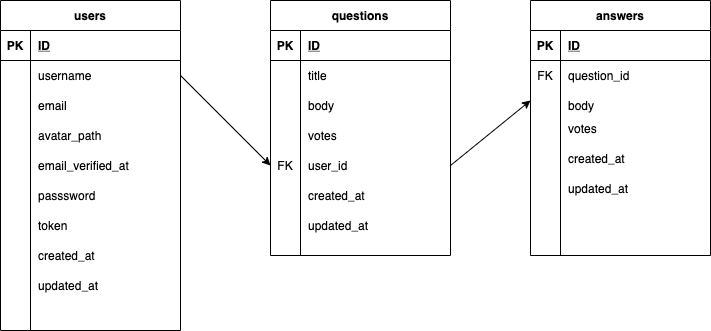
LubovGolikova/laratest keeps this draw.io diagram as diagram.png. Above is the earlier version. Source tidied: cells renumbered, new cells last; positions are measured from the earlier drawing's top-left corner, leaving out a move shared by most shapes. Its diagram source:
```xml
<mxGraphModel>
  <root>
    <mxCell id="0" />
    <mxCell id="1" parent="0" />
    <mxCell id="2" value="questions" style="shape=table;startSize=30;rowLines=0;fontStyle=1;align=center;" parent="1" vertex="1">
      <mxGeometry x="270" width="180" height="255" as="geometry" />
    </mxCell>
    <mxCell id="3" style="shape=partialRectangle;fillColor=none;top=0;left=0;bottom=1;right=0;points=[[0,0.5],[1,0.5]];portConstraint=eastwest;" parent="2" vertex="1">
      <mxGeometry y="30" width="180" height="30" as="geometry" />
    </mxCell>
    <mxCell id="4" value="PK" style="shape=partialRectangle;fillColor=none;top=0;left=0;bottom=0;right=0;fontStyle=1;overflow=hidden;" parent="3" vertex="1">
      <mxGeometry width="30" height="30" as="geometry" />
    </mxCell>
    <mxCell id="5" value="ID" style="shape=partialRectangle;fillColor=none;top=0;left=0;bottom=0;right=0;align=left;spacingLeft=6;fontStyle=5;overflow=hidden;" parent="3" vertex="1">
      <mxGeometry x="30" width="150" height="30" as="geometry" />
    </mxCell>
    <mxCell id="6" style="shape=partialRectangle;fillColor=none;top=0;left=0;bottom=0;right=0;" parent="2" vertex="1">
      <mxGeometry y="60" width="180" height="30" as="geometry" />
    </mxCell>
    <mxCell id="7" style="shape=partialRectangle;fillColor=none;top=0;left=0;bottom=0;right=0;overflow=hidden;" parent="6" vertex="1">
      <mxGeometry width="30" height="30" as="geometry" />
    </mxCell>
    <mxCell id="8" value="title" style="shape=partialRectangle;fillColor=none;top=0;left=0;bottom=0;right=0;align=left;spacingLeft=6;overflow=hidden;" parent="6" vertex="1">
      <mxGeometry x="30" width="150" height="30" as="geometry" />
    </mxCell>
    <mxCell id="9" style="shape=partialRectangle;fillColor=none;top=0;left=0;bottom=0;right=0;" parent="2" vertex="1">
      <mxGeometry y="90" width="180" height="30" as="geometry" />
    </mxCell>
    <mxCell id="10" style="shape=partialRectangle;fillColor=none;top=0;left=0;bottom=0;right=0;overflow=hidden;" parent="9" vertex="1">
      <mxGeometry width="30" height="30" as="geometry" />
    </mxCell>
    <mxCell id="11" value="body" style="shape=partialRectangle;fillColor=none;top=0;left=0;bottom=0;right=0;align=left;spacingLeft=6;overflow=hidden;" parent="9" vertex="1">
      <mxGeometry x="30" width="150" height="30" as="geometry" />
    </mxCell>
    <mxCell id="12" style="shape=partialRectangle;fillColor=none;top=0;left=0;bottom=0;right=0;" parent="2" vertex="1">
      <mxGeometry y="120" width="180" height="30" as="geometry" />
    </mxCell>
    <mxCell id="13" style="shape=partialRectangle;fillColor=none;top=0;left=0;bottom=0;right=0;overflow=hidden;" parent="12" vertex="1">
      <mxGeometry width="30" height="30" as="geometry" />
    </mxCell>
    <mxCell id="14" value="votes" style="shape=partialRectangle;fillColor=none;top=0;left=0;bottom=0;right=0;align=left;spacingLeft=6;overflow=hidden;" parent="12" vertex="1">
      <mxGeometry x="30" width="150" height="30" as="geometry" />
    </mxCell>
    <mxCell id="15" style="shape=partialRectangle;fillColor=none;top=0;left=0;bottom=0;right=0;points=[[0,0.5],[1,0.5]];portConstraint=eastwest;" parent="2" vertex="1">
      <mxGeometry y="150" width="180" height="30" as="geometry" />
    </mxCell>
    <mxCell id="16" value="FK" style="shape=partialRectangle;fillColor=none;top=0;left=0;bottom=0;right=0;overflow=hidden;" parent="15" vertex="1">
      <mxGeometry width="30" height="30" as="geometry" />
    </mxCell>
    <mxCell id="17" value="user_id" style="shape=partialRectangle;fillColor=none;top=0;left=0;bottom=0;right=0;align=left;spacingLeft=6;overflow=hidden;" parent="15" vertex="1">
      <mxGeometry x="30" width="150" height="30" as="geometry" />
    </mxCell>
    <mxCell id="18" style="shape=partialRectangle;fillColor=none;top=0;left=0;bottom=0;right=0;" parent="2" vertex="1">
      <mxGeometry y="180" width="180" height="20" as="geometry" />
    </mxCell>
    <mxCell id="19" style="shape=partialRectangle;fillColor=none;top=0;left=0;bottom=0;right=0;overflow=hidden;" parent="18" vertex="1">
      <mxGeometry width="30" height="20" as="geometry" />
    </mxCell>
    <mxCell id="20" style="shape=partialRectangle;fillColor=none;top=0;left=0;bottom=0;right=0;align=left;spacingLeft=6;overflow=hidden;" parent="18" vertex="1">
      <mxGeometry x="30" width="150" height="20" as="geometry" />
    </mxCell>
    <mxCell id="21" value="users" style="shape=table;startSize=30;rowLines=0;fontStyle=1;align=center;" parent="1" vertex="1">
      <mxGeometry width="180" height="330" as="geometry" />
    </mxCell>
    <mxCell id="22" style="shape=partialRectangle;fillColor=none;top=0;left=0;bottom=1;right=0;points=[[0,0.5],[1,0.5]];portConstraint=eastwest;" parent="21" vertex="1">
      <mxGeometry y="30" width="180" height="30" as="geometry" />
    </mxCell>
    <mxCell id="23" value="PK" style="shape=partialRectangle;fillColor=none;top=0;left=0;bottom=0;right=0;fontStyle=1;overflow=hidden;" parent="22" vertex="1">
      <mxGeometry width="30" height="30" as="geometry" />
    </mxCell>
    <mxCell id="24" value="ID" style="shape=partialRectangle;fillColor=none;top=0;left=0;bottom=0;right=0;align=left;spacingLeft=6;fontStyle=5;overflow=hidden;" parent="22" vertex="1">
      <mxGeometry x="30" width="150" height="30" as="geometry" />
    </mxCell>
    <mxCell id="25" style="shape=partialRectangle;fillColor=none;top=0;left=0;bottom=0;right=0;points=[[0,0.5],[1,0.5]];portConstraint=eastwest;" parent="21" vertex="1">
      <mxGeometry y="60" width="180" height="30" as="geometry" />
    </mxCell>
    <mxCell id="26" style="shape=partialRectangle;fillColor=none;top=0;left=0;bottom=0;right=0;overflow=hidden;" parent="25" vertex="1">
      <mxGeometry width="30" height="30" as="geometry" />
    </mxCell>
    <mxCell id="27" value="username" style="shape=partialRectangle;fillColor=none;top=0;left=0;bottom=0;right=0;align=left;spacingLeft=6;overflow=hidden;" parent="25" vertex="1">
      <mxGeometry x="30" width="150" height="30" as="geometry" />
    </mxCell>
    <mxCell id="28" style="shape=partialRectangle;fillColor=none;top=0;left=0;bottom=0;right=0;" parent="21" vertex="1">
      <mxGeometry y="90" width="180" height="30" as="geometry" />
    </mxCell>
    <mxCell id="29" style="shape=partialRectangle;fillColor=none;top=0;left=0;bottom=0;right=0;overflow=hidden;" parent="28" vertex="1">
      <mxGeometry width="30" height="30" as="geometry" />
    </mxCell>
    <mxCell id="30" value="email" style="shape=partialRectangle;fillColor=none;top=0;left=0;bottom=0;right=0;align=left;spacingLeft=6;overflow=hidden;" parent="28" vertex="1">
      <mxGeometry x="30" width="150" height="30" as="geometry" />
    </mxCell>
    <mxCell id="31" style="shape=partialRectangle;fillColor=none;top=0;left=0;bottom=0;right=0;" parent="21" vertex="1">
      <mxGeometry y="120" width="180" height="30" as="geometry" />
    </mxCell>
    <mxCell id="32" style="shape=partialRectangle;fillColor=none;top=0;left=0;bottom=0;right=0;overflow=hidden;" parent="31" vertex="1">
      <mxGeometry width="30" height="30" as="geometry" />
    </mxCell>
    <mxCell id="33" value="avatar_path" style="shape=partialRectangle;fillColor=none;top=0;left=0;bottom=0;right=0;align=left;spacingLeft=6;overflow=hidden;" parent="31" vertex="1">
      <mxGeometry x="30" width="150" height="30" as="geometry" />
    </mxCell>
    <mxCell id="34" value="answers" style="shape=table;startSize=30;rowLines=0;fontStyle=1;align=center;" parent="1" vertex="1">
      <mxGeometry x="530" width="180" height="255" as="geometry" />
    </mxCell>
    <mxCell id="35" style="shape=partialRectangle;fillColor=none;top=0;left=0;bottom=1;right=0;" parent="34" vertex="1">
      <mxGeometry y="30" width="180" height="30" as="geometry" />
    </mxCell>
    <mxCell id="36" value="PK" style="shape=partialRectangle;fillColor=none;top=0;left=0;bottom=0;right=0;fontStyle=1;overflow=hidden;" parent="35" vertex="1">
      <mxGeometry width="30" height="30" as="geometry" />
    </mxCell>
    <mxCell id="37" value="ID" style="shape=partialRectangle;fillColor=none;top=0;left=0;bottom=0;right=0;align=left;spacingLeft=6;fontStyle=5;overflow=hidden;" parent="35" vertex="1">
      <mxGeometry x="30" width="150" height="30" as="geometry" />
    </mxCell>
    <mxCell id="38" style="shape=partialRectangle;fillColor=none;top=0;left=0;bottom=0;right=0;" parent="34" vertex="1">
      <mxGeometry y="60" width="180" height="30" as="geometry" />
    </mxCell>
    <mxCell id="39" style="shape=partialRectangle;fillColor=none;top=0;left=0;bottom=0;right=0;overflow=hidden;" parent="38" vertex="1">
      <mxGeometry width="30" height="30" as="geometry" />
    </mxCell>
    <mxCell id="40" value="question_id" style="shape=partialRectangle;fillColor=none;top=0;left=0;bottom=0;right=0;align=left;spacingLeft=6;overflow=hidden;" parent="38" vertex="1">
      <mxGeometry x="30" width="150" height="30" as="geometry" />
    </mxCell>
    <mxCell id="41" style="shape=partialRectangle;fillColor=none;top=0;left=0;bottom=0;right=0;" parent="34" vertex="1">
      <mxGeometry y="90" width="180" height="30" as="geometry" />
    </mxCell>
    <mxCell id="42" style="shape=partialRectangle;fillColor=none;top=0;left=0;bottom=0;right=0;overflow=hidden;" parent="41" vertex="1">
      <mxGeometry width="30" height="30" as="geometry" />
    </mxCell>
    <mxCell id="43" style="shape=partialRectangle;fillColor=none;top=0;left=0;bottom=0;right=0;align=left;spacingLeft=6;overflow=hidden;" parent="41" vertex="1">
      <mxGeometry x="30" width="150" height="30" as="geometry" />
    </mxCell>
    <mxCell id="44" value="body" style="shape=partialRectangle;fillColor=none;top=0;left=0;bottom=0;right=0;align=left;spacingLeft=6;overflow=hidden;" parent="1" vertex="1">
      <mxGeometry x="560" y="90" width="150" height="30" as="geometry" />
    </mxCell>
    <mxCell id="45" value="votes" style="shape=partialRectangle;fillColor=none;top=0;left=0;bottom=0;right=0;align=left;spacingLeft=6;overflow=hidden;" parent="1" vertex="1">
      <mxGeometry x="560" y="112.5" width="150" height="30" as="geometry" />
    </mxCell>
    <mxCell id="46" value="email_verified_at" style="shape=partialRectangle;fillColor=none;top=0;left=0;bottom=0;right=0;align=left;spacingLeft=6;overflow=hidden;" parent="1" vertex="1">
      <mxGeometry x="30" y="150" width="150" height="30" as="geometry" />
    </mxCell>
    <mxCell id="47" value="passsword" style="shape=partialRectangle;fillColor=none;top=0;left=0;bottom=0;right=0;align=left;spacingLeft=6;overflow=hidden;" parent="1" vertex="1">
      <mxGeometry x="30" y="180" width="150" height="30" as="geometry" />
    </mxCell>
    <mxCell id="48" value="FK" style="shape=partialRectangle;fillColor=none;top=0;left=0;bottom=0;right=0;overflow=hidden;" parent="1" vertex="1">
      <mxGeometry x="530" y="60" width="30" height="30" as="geometry" />
    </mxCell>
    <mxCell id="49" value="created_at" style="shape=partialRectangle;fillColor=none;top=0;left=0;bottom=0;right=0;align=left;spacingLeft=6;overflow=hidden;" parent="1" vertex="1">
      <mxGeometry x="300" y="180" width="150" height="30" as="geometry" />
    </mxCell>
    <mxCell id="50" value="created_at" style="shape=partialRectangle;fillColor=none;top=0;left=0;bottom=0;right=0;align=left;spacingLeft=6;overflow=hidden;" parent="1" vertex="1">
      <mxGeometry x="560" y="142.5" width="150" height="30" as="geometry" />
    </mxCell>
    <mxCell id="51" value="token" style="shape=partialRectangle;fillColor=none;top=0;left=0;bottom=0;right=0;align=left;spacingLeft=6;overflow=hidden;" parent="1" vertex="1">
      <mxGeometry x="30" y="210" width="150" height="30" as="geometry" />
    </mxCell>
    <mxCell id="52" value="created_at" style="shape=partialRectangle;fillColor=none;top=0;left=0;bottom=0;right=0;align=left;spacingLeft=6;overflow=hidden;" parent="1" vertex="1">
      <mxGeometry x="30" y="240" width="150" height="30" as="geometry" />
    </mxCell>
    <mxCell id="53" style="edgeStyle=none;rounded=0;jettySize=auto;html=1;exitX=1;exitY=0.5;exitDx=0;exitDy=0;entryX=0;entryY=0.5;entryDx=0;entryDy=0;" parent="1" edge="1" source="25" target="15">
      <mxGeometry relative="1" as="geometry" />
    </mxCell>
    <mxCell id="54" style="edgeStyle=none;rounded=0;jettySize=auto;html=1;exitX=1;exitY=0.5;exitDx=0;exitDy=0;" parent="1" edge="1" source="15">
      <mxGeometry relative="1" as="geometry">
        <mxPoint x="530" y="100" as="targetPoint" />
      </mxGeometry>
    </mxCell>
    <mxCell id="55" value="updated_at" style="shape=partialRectangle;fillColor=none;top=0;left=0;bottom=0;right=0;align=left;spacingLeft=6;overflow=hidden;" parent="1" vertex="1">
      <mxGeometry x="30" y="270" width="150" height="30" as="geometry" />
    </mxCell>
    <mxCell id="56" value="updated_at" style="shape=partialRectangle;fillColor=none;top=0;left=0;bottom=0;right=0;align=left;spacingLeft=6;overflow=hidden;" parent="1" vertex="1">
      <mxGeometry x="300" y="210" width="150" height="30" as="geometry" />
    </mxCell>
    <mxCell id="57" value="updated_at" style="shape=partialRectangle;fillColor=none;top=0;left=0;bottom=0;right=0;align=left;spacingLeft=6;overflow=hidden;" parent="1" vertex="1">
      <mxGeometry x="560" y="172.5" width="150" height="30" as="geometry" />
    </mxCell>
  </root>
</mxGraphModel>
```
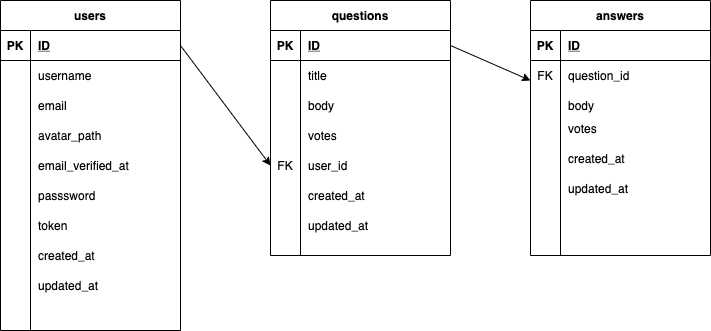
The same file after the commit.

What changed in the source:
```diff
@@ -155,12 +155,12 @@
     <mxCell id="52" value="created_at" style="shape=partialRectangle;fillColor=none;top=0;left=0;bottom=0;right=0;align=left;spacingLeft=6;overflow=hidden;" parent="1" vertex="1">
       <mxGeometry x="30" y="240" width="150" height="30" as="geometry" />
     </mxCell>
-    <mxCell id="53" style="edgeStyle=none;rounded=0;jettySize=auto;html=1;exitX=1;exitY=0.5;exitDx=0;exitDy=0;entryX=0;entryY=0.5;entryDx=0;entryDy=0;" parent="1" edge="1" source="25" target="15">
+    <mxCell id="53" style="edgeStyle=none;rounded=0;jettySize=auto;html=1;exitX=1;exitY=0.5;exitDx=0;exitDy=0;entryX=0;entryY=0.5;entryDx=0;entryDy=0;" parent="1" edge="1" source="22" target="15">
       <mxGeometry relative="1" as="geometry" />
     </mxCell>
-    <mxCell id="54" style="edgeStyle=none;rounded=0;jettySize=auto;html=1;exitX=1;exitY=0.5;exitDx=0;exitDy=0;" parent="1" edge="1" source="15">
+    <mxCell id="54" style="edgeStyle=none;rounded=0;jettySize=auto;html=1;exitX=1;exitY=0.5;exitDx=0;exitDy=0;" parent="1" edge="1" source="3">
       <mxGeometry relative="1" as="geometry">
-        <mxPoint x="530" y="100" as="targetPoint" />
+        <mxPoint x="530" y="80" as="targetPoint" />
       </mxGeometry>
     </mxCell>
     <mxCell id="55" value="updated_at" style="shape=partialRectangle;fillColor=none;top=0;left=0;bottom=0;right=0;align=left;spacingLeft=6;overflow=hidden;" parent="1" vertex="1">
```
